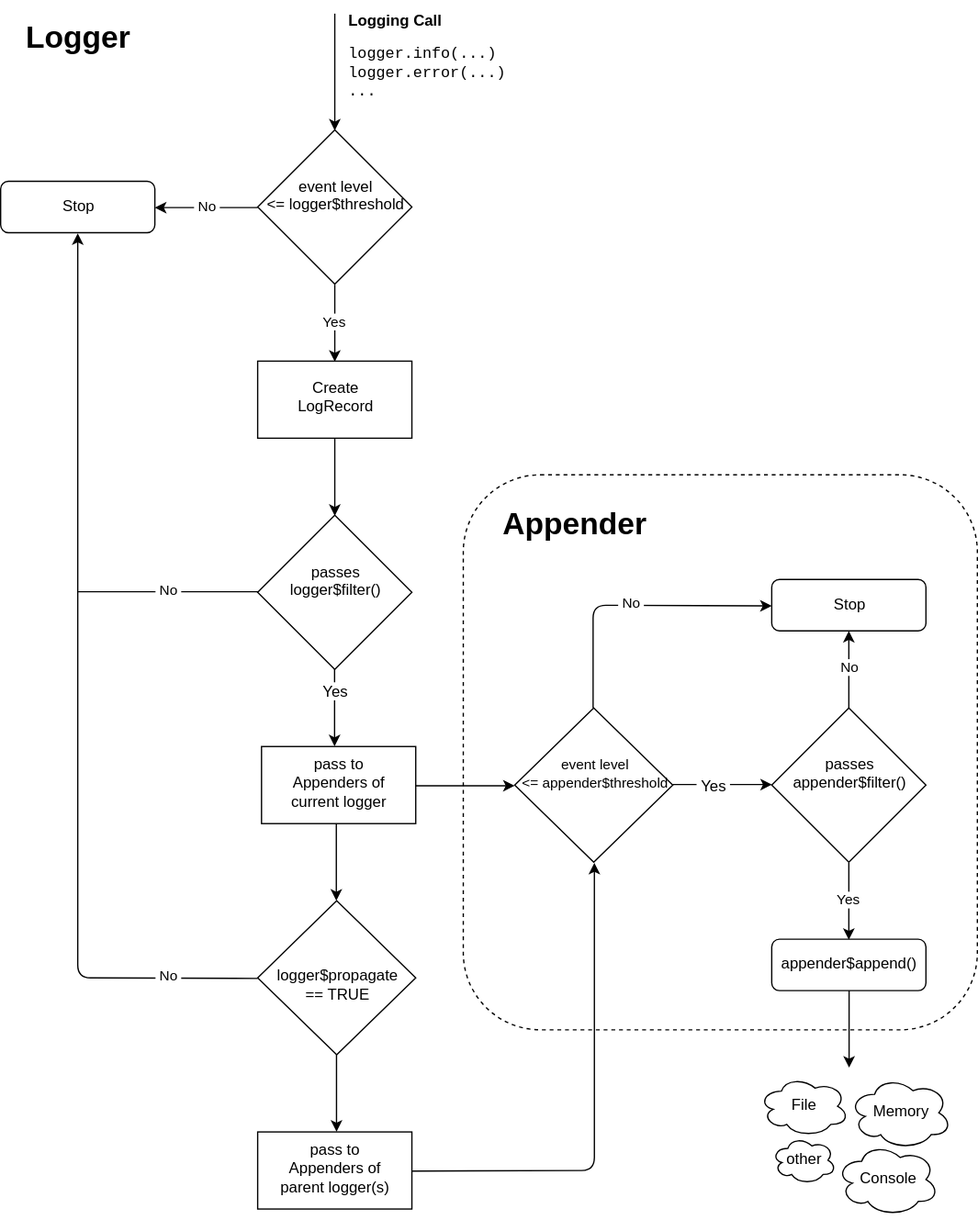
Before: vignettes/log_flow.svg, a diagram exported from draw.io (s-fleck/lgr). Source tidied: cells renumbered, new cells last; positions are measured from the earlier drawing's top-left corner, leaving out a move shared by most shapes.
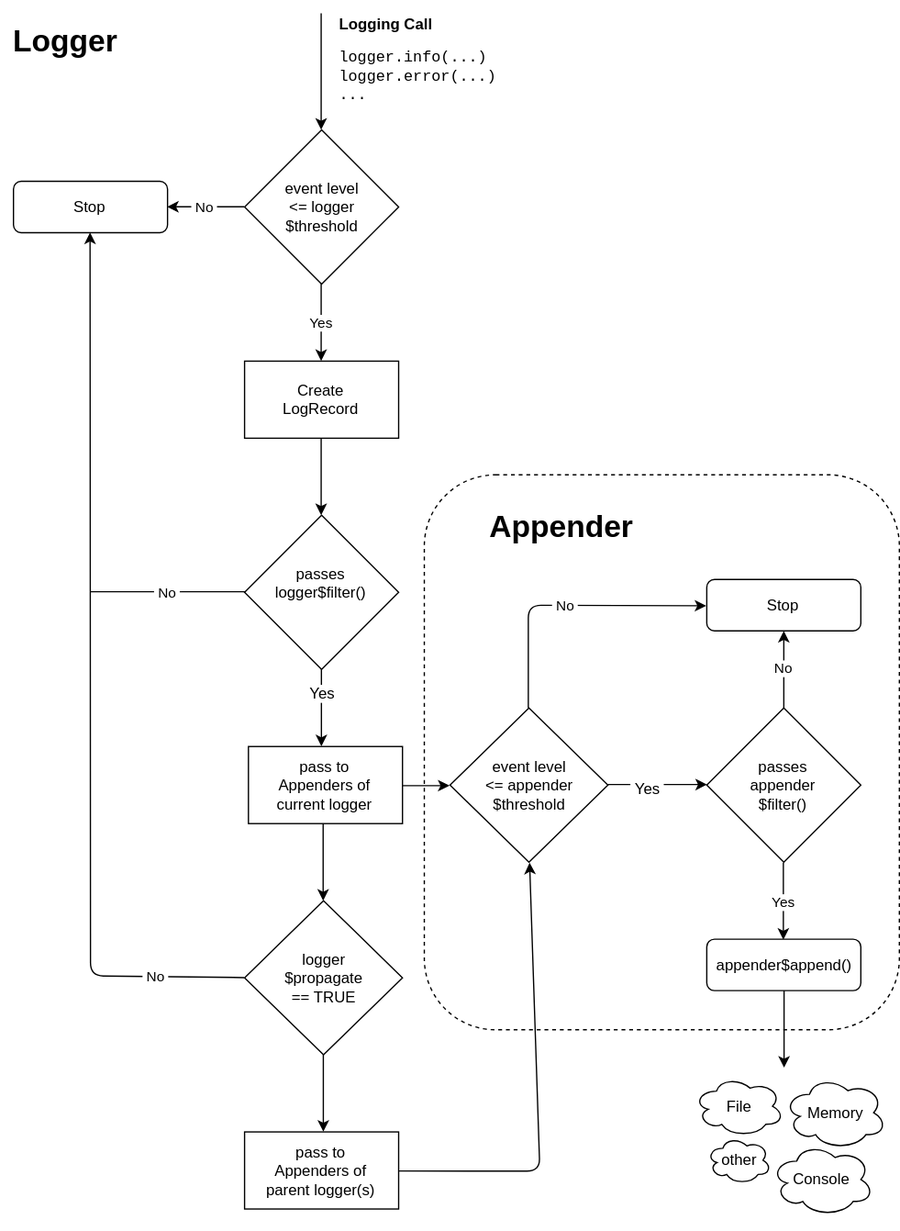
Later version of the same file.

Change to the diagram source:
```diff
@@ -3,12 +3,12 @@
     <mxCell id="0" />
     <mxCell id="1" parent="0" />
     <mxCell id="2" style="rounded=1;whiteSpace=wrap;html=1;dashed=1;fillColor=none;" parent="1" vertex="1">
-      <mxGeometry x="360" y="368" width="400" height="432" as="geometry" />
+      <mxGeometry x="340" y="368" width="370" height="432" as="geometry" />
     </mxCell>
     <mxCell id="3" style="rounded=0;whiteSpace=wrap;html=1;strokeColor=none;fillColor=none;dashed=1;dashPattern=1 4;direction=south;" parent="1" vertex="1">
-      <mxGeometry x="600" y="796.5" width="120" height="160" as="geometry" />
+      <mxGeometry x="560" y="796.5" width="120" height="160" as="geometry" />
     </mxCell>
-    <mxCell id="4" value="event level&lt;br&gt;&amp;lt;= logger$threshold&lt;br&gt;&lt;br&gt;" style="rhombus;whiteSpace=wrap;html=1;" parent="1" vertex="1">
+    <mxCell id="4" value="event level&lt;br&gt;&amp;lt;= logger&lt;br&gt;$threshold&lt;br&gt;" style="rhombus;whiteSpace=wrap;html=1;" parent="1" vertex="1">
       <mxGeometry x="200" y="99.5" width="120" height="120" as="geometry" />
     </mxCell>
     <mxCell id="5" style="endArrow=classic;html=1;entryX=0.5;entryY=0;exitX=0;exitY=0.092;exitPerimeter=0;" parent="1" edge="1" source="6" target="4">
@@ -26,14 +26,14 @@
     <mxCell id="9" value="pass to&lt;br&gt;Appenders of&lt;br&gt;current logger&lt;br&gt;" style="rounded=0;whiteSpace=wrap;html=1;" parent="1" vertex="1">
       <mxGeometry x="203" y="579.5" width="120" height="60" as="geometry" />
     </mxCell>
-    <mxCell id="10" value="&lt;br&gt;logger$propagate&lt;br&gt;== TRUE&lt;br&gt;" style="rhombus;whiteSpace=wrap;html=1;" parent="1" vertex="1">
+    <mxCell id="10" value="logger&lt;br&gt;$propagate&lt;br&gt;== TRUE&lt;br&gt;" style="rhombus;whiteSpace=wrap;html=1;" parent="1" vertex="1">
       <mxGeometry x="200" y="699.5" width="123" height="120" as="geometry" />
     </mxCell>
     <mxCell id="11" value="pass to&lt;br&gt;Appenders of&lt;br&gt;parent logger(s)&lt;br&gt;" style="rounded=0;whiteSpace=wrap;html=1;" parent="1" vertex="1">
       <mxGeometry x="200" y="879.5" width="120" height="60" as="geometry" />
     </mxCell>
     <mxCell id="12" value="Stop" style="rounded=1;whiteSpace=wrap;html=1;" parent="1" vertex="1">
-      <mxGeometry y="139.5" width="120" height="40" as="geometry" />
+      <mxGeometry x="20" y="139.5" width="120" height="40" as="geometry" />
     </mxCell>
     <mxCell id="13" style="endArrow=classic;html=1;exitX=0.5;exitY=1;entryX=0.5;entryY=0;" parent="1" edge="1" source="7" target="8">
       <mxGeometry relative="1" as="geometry" />
@@ -68,13 +68,13 @@
     <mxCell id="20" value="&amp;nbsp;No&amp;nbsp;" style="endArrow=classic;html=1;exitX=0;exitY=0.5;entryX=0.5;entryY=1;" parent="1" edge="1" source="10" target="12">
       <mxGeometry x="-0.8" relative="1" as="geometry">
         <Array as="points">
-          <mxPoint x="60" y="759.5" />
+          <mxPoint x="80" y="758" />
         </Array>
       </mxGeometry>
     </mxCell>
     <mxCell id="21" value="&amp;nbsp;No&amp;nbsp;" style="endArrow=none;html=1;entryX=0;entryY=0.5;" parent="1" edge="1">
       <mxGeometry relative="1" as="geometry">
-        <mxPoint x="60" y="459" as="sourcePoint" />
+        <mxPoint x="80" y="459" as="sourcePoint" />
         <mxPoint x="200.3" y="459" as="targetPoint" />
       </mxGeometry>
     </mxCell>
@@ -82,66 +82,66 @@
       <mxGeometry relative="1" as="geometry" />
     </mxCell>
     <mxCell id="23" value="File" style="ellipse;shape=cloud;whiteSpace=wrap;html=1;" parent="1" vertex="1">
-      <mxGeometry x="590" y="836" width="70" height="47" as="geometry" />
+      <mxGeometry x="550" y="836" width="70" height="47" as="geometry" />
     </mxCell>
     <mxCell id="24" value="Console" style="ellipse;shape=cloud;whiteSpace=wrap;html=1;" parent="1" vertex="1">
-      <mxGeometry x="650" y="888" width="80" height="57" as="geometry" />
+      <mxGeometry x="610" y="888" width="80" height="57" as="geometry" />
     </mxCell>
     <mxCell id="25" value="other" style="ellipse;shape=cloud;whiteSpace=wrap;html=1;" parent="1" vertex="1">
-      <mxGeometry x="600" y="883" width="50" height="37" as="geometry" />
+      <mxGeometry x="560" y="883" width="50" height="37" as="geometry" />
     </mxCell>
     <mxCell id="26" style="endArrow=classic;html=1;exitX=1;exitY=0.5;entryX=0.5;entryY=1;" parent="1" edge="1" source="11" target="28">
       <mxGeometry relative="1" as="geometry">
         <Array as="points">
-          <mxPoint x="462" y="909.5" />
+          <mxPoint x="430" y="910" />
         </Array>
       </mxGeometry>
     </mxCell>
     <mxCell id="27" value="Memory" style="ellipse;shape=cloud;whiteSpace=wrap;html=1;" parent="1" vertex="1">
-      <mxGeometry x="660" y="836" width="80" height="57" as="geometry" />
+      <mxGeometry x="620" y="836" width="80" height="57" as="geometry" />
     </mxCell>
-    <mxCell id="28" value="&lt;font style=&quot;font-size: 11px&quot;&gt;event level&lt;br&gt;&amp;lt;= appender$threshold&lt;br&gt;&lt;/font&gt;&lt;br&gt;" style="rhombus;whiteSpace=wrap;html=1;" parent="1" vertex="1">
-      <mxGeometry x="400" y="549.5" width="123" height="120" as="geometry" />
+    <mxCell id="28" value="&lt;font style=&quot;font-size: 12px&quot;&gt;event level&lt;br&gt;&amp;lt;= appender&lt;br&gt;$threshold&lt;/font&gt;&lt;br&gt;" style="rhombus;whiteSpace=wrap;html=1;" parent="1" vertex="1">
+      <mxGeometry x="360" y="549.5" width="123" height="120" as="geometry" />
     </mxCell>
-    <mxCell id="29" value="passes&lt;br&gt;appender$filter()&lt;br&gt;&lt;br&gt;" style="rhombus;whiteSpace=wrap;html=1;" parent="1" vertex="1">
-      <mxGeometry x="600" y="549.5" width="120" height="120" as="geometry" />
+    <mxCell id="29" value="passes&lt;br&gt;appender&lt;br&gt;$filter()&lt;br&gt;" style="rhombus;whiteSpace=wrap;html=1;" parent="1" vertex="1">
+      <mxGeometry x="560" y="549.5" width="120" height="120" as="geometry" />
     </mxCell>
     <mxCell id="30" value="Yes" style="endArrow=classic;html=1;exitX=0.5;exitY=1;entryX=0.5;entryY=0;" parent="1" edge="1" source="29" target="36">
       <mxGeometry relative="1" as="geometry" />
     </mxCell>
     <mxCell id="31" style="endArrow=classic;html=1;exitX=1;exitY=0.5;entryX=0;entryY=0.5;" parent="1" edge="1">
       <mxGeometry relative="1" as="geometry">
-        <mxPoint x="523" y="609.1" as="sourcePoint" />
-        <mxPoint x="600.2" y="609.1" as="targetPoint" />
+        <mxPoint x="483" y="609.1" as="sourcePoint" />
+        <mxPoint x="560.2" y="609.1" as="targetPoint" />
       </mxGeometry>
     </mxCell>
     <mxCell id="32" value="&amp;nbsp;Yes&amp;nbsp;" style="text;html=1;align=center;verticalAlign=middle;labelBackgroundColor=#ffffff;" parent="31" vertex="1">
       <mxGeometry x="-0.19" y="-2" relative="1" as="geometry" />
     </mxCell>
     <mxCell id="33" value="Stop" style="rounded=1;whiteSpace=wrap;html=1;" parent="1" vertex="1">
-      <mxGeometry x="600" y="449.5" width="120" height="40" as="geometry" />
+      <mxGeometry x="560" y="449.5" width="120" height="40" as="geometry" />
     </mxCell>
     <mxCell id="34" value="No" style="endArrow=classic;html=1;exitX=0.5;exitY=1;" parent="1" edge="1">
       <mxGeometry relative="1" as="geometry">
-        <mxPoint x="660" y="549.5" as="sourcePoint" />
-        <mxPoint x="660" y="489.5" as="targetPoint" />
+        <mxPoint x="620" y="549.5" as="sourcePoint" />
+        <mxPoint x="620" y="489.5" as="targetPoint" />
       </mxGeometry>
     </mxCell>
     <mxCell id="35" value="&amp;nbsp;No&amp;nbsp;" style="endArrow=classic;html=1;exitX=0.5;exitY=1;entryX=0;entryY=0.5;" parent="1" edge="1" target="33">
       <mxGeometry relative="1" as="geometry">
-        <mxPoint x="461" y="549.5" as="sourcePoint" />
+        <mxPoint x="421" y="549.5" as="sourcePoint" />
         <Array as="points">
-          <mxPoint x="461" y="469.5" />
+          <mxPoint x="421" y="469.5" />
         </Array>
       </mxGeometry>
     </mxCell>
     <mxCell id="36" value="appender$append()" style="rounded=1;whiteSpace=wrap;html=1;" parent="1" vertex="1">
-      <mxGeometry x="600" y="729.5" width="120" height="40" as="geometry" />
+      <mxGeometry x="560" y="729.5" width="120" height="40" as="geometry" />
     </mxCell>
     <mxCell id="37" style="endArrow=classic;html=1;exitX=0.5;exitY=1;entryX=0.5;entryY=0;" parent="1" edge="1">
       <mxGeometry relative="1" as="geometry">
-        <mxPoint x="660.2" y="769.5" as="sourcePoint" />
-        <mxPoint x="660.2" y="829.5" as="targetPoint" />
+        <mxPoint x="620.2" y="769.5" as="sourcePoint" />
+        <mxPoint x="620.2" y="829.5" as="targetPoint" />
       </mxGeometry>
     </mxCell>
     <mxCell id="38" value="Logger" style="text;strokeColor=none;fillColor=none;html=1;fontSize=24;fontStyle=1;verticalAlign=middle;align=center;dashed=1;" parent="1" vertex="1">
```
